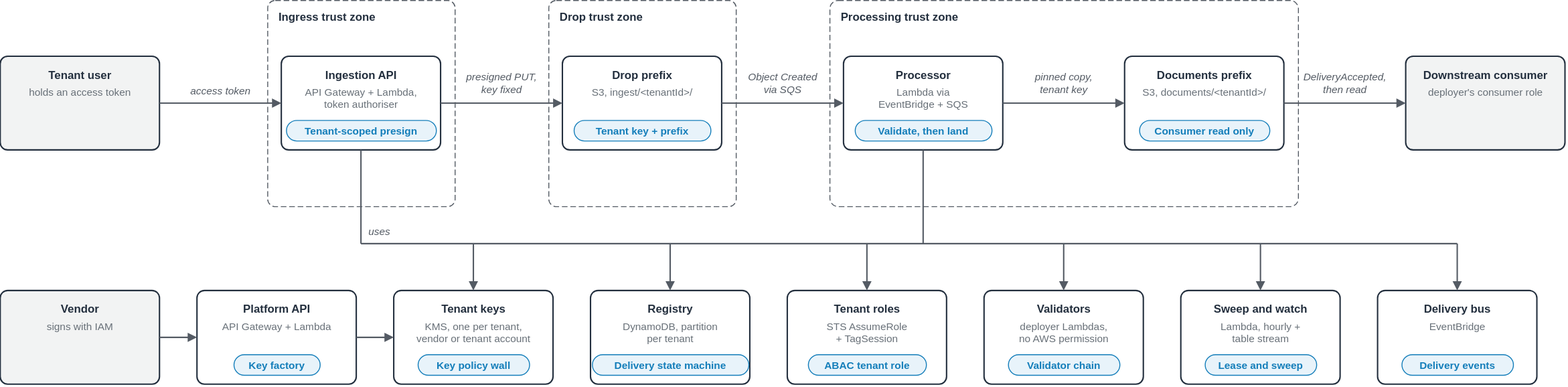
The draw.io diagram samples/tenant-encrypted-ingestion/diagrams/tenant-encrypted-ingestion.components.drawio.svg in aws-samples/sample-agentic-ai-acceleration-patterns, before a commit. Source tidied: cells renumbered, new cells last; positions are measured from the earlier drawing's top-left corner, leaving out a move shared by most shapes.
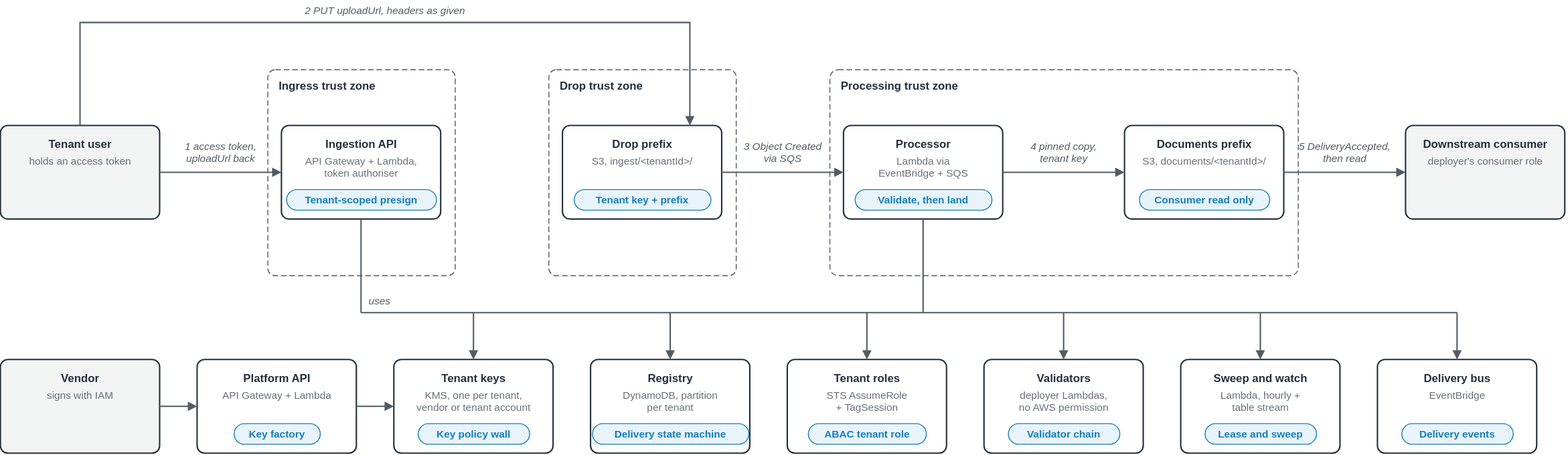
Above is the later version.

Commit message:
docs(tenant-encrypted-ingestion): components diagram shows the user PUT straight to S3, numbered hops

Diff of the diagram source:
```diff
@@ -80,32 +80,37 @@
     <mxCell id="27" style="edgeStyle=orthogonalEdgeStyle;rounded=0;html=0;strokeColor=#545B64;strokeWidth=1.5;endArrow=block;endFill=1;exitX=1;exitY=0.5;exitDx=0;exitDy=0;entryX=0;entryY=0.5;entryDx=0;entryDy=0;" parent="1" edge="1" source="5" target="8">
       <mxGeometry relative="1" as="geometry" />
     </mxCell>
-    <mxCell id="28" value="access token" style="text;html=0;align=center;verticalAlign=top;fontSize=11;fontStyle=2;fontColor=#545B64;spacing=0;spacingTop=0;" parent="1" vertex="1">
-      <mxGeometry x="196" y="86" width="78" height="16" as="geometry" />
+    <mxCell id="28" value="1 access token,&#10;uploadUrl back" style="text;html=0;align=center;verticalAlign=top;fontSize=11;fontStyle=2;fontColor=#545B64;spacing=0;spacingTop=0;" parent="1" vertex="1">
+      <mxGeometry x="186.5" y="71" width="97" height="31" as="geometry" />
     </mxCell>
-    <mxCell id="29" style="edgeStyle=orthogonalEdgeStyle;rounded=0;html=0;strokeColor=#545B64;strokeWidth=1.5;endArrow=block;endFill=1;exitX=1;exitY=0.5;exitDx=0;exitDy=0;entryX=0;entryY=0.5;entryDx=0;entryDy=0;" parent="1" edge="1" source="8" target="12">
-      <mxGeometry relative="1" as="geometry" />
+    <mxCell id="29" style="edgeStyle=orthogonalEdgeStyle;rounded=0;html=0;strokeColor=#545B64;strokeWidth=1.5;endArrow=block;endFill=1;exitX=0.5;exitY=0;exitDx=0;exitDy=0;entryX=0.8;entryY=0;entryDx=0;entryDy=0;" parent="1" edge="1" source="5" target="12">
+      <mxGeometry relative="1" as="geometry">
+        <Array as="points">
+          <mxPoint x="85" y="-50" />
+          <mxPoint x="736" y="-50" />
+        </Array>
+      </mxGeometry>
     </mxCell>
-    <mxCell id="30" value="presigned PUT,&#10;key fixed" style="text;html=0;align=center;verticalAlign=top;fontSize=11;fontStyle=2;fontColor=#545B64;spacing=0;spacingTop=0;" parent="1" vertex="1">
-      <mxGeometry x="489.5" y="71" width="91" height="31" as="geometry" />
+    <mxCell id="30" value="2 PUT uploadUrl, headers as given" style="text;html=0;align=center;verticalAlign=top;fontSize=11;fontStyle=2;fontColor=#545B64;spacing=0;spacingTop=0;" parent="1" vertex="1">
+      <mxGeometry x="306.5" y="-74" width="208" height="16" as="geometry" />
     </mxCell>
     <mxCell id="31" style="edgeStyle=orthogonalEdgeStyle;rounded=0;html=0;strokeColor=#545B64;strokeWidth=1.5;endArrow=block;endFill=1;exitX=1;exitY=0.5;exitDx=0;exitDy=0;entryX=0;entryY=0.5;entryDx=0;entryDy=0;" parent="1" edge="1" source="12" target="16">
       <mxGeometry relative="1" as="geometry" />
     </mxCell>
-    <mxCell id="32" value="Object Created&#10;via SQS" style="text;html=0;align=center;verticalAlign=top;fontSize=11;fontStyle=2;fontColor=#545B64;spacing=0;spacingTop=0;" parent="1" vertex="1">
-      <mxGeometry x="789.5" y="71" width="91" height="31" as="geometry" />
+    <mxCell id="32" value="3 Object Created&#10;via SQS" style="text;html=0;align=center;verticalAlign=top;fontSize=11;fontStyle=2;fontColor=#545B64;spacing=0;spacingTop=0;" parent="1" vertex="1">
+      <mxGeometry x="783.5" y="71" width="103" height="31" as="geometry" />
     </mxCell>
     <mxCell id="33" style="edgeStyle=orthogonalEdgeStyle;rounded=0;html=0;strokeColor=#545B64;strokeWidth=1.5;endArrow=block;endFill=1;exitX=1;exitY=0.5;exitDx=0;exitDy=0;entryX=0;entryY=0.5;entryDx=0;entryDy=0;" parent="1" edge="1" source="16" target="20">
       <mxGeometry relative="1" as="geometry" />
     </mxCell>
-    <mxCell id="34" value="pinned copy,&#10;tenant key" style="text;html=0;align=center;verticalAlign=top;fontSize=11;fontStyle=2;fontColor=#545B64;spacing=0;spacingTop=0;" parent="1" vertex="1">
-      <mxGeometry x="1096" y="71" width="78" height="31" as="geometry" />
+    <mxCell id="34" value="4 pinned copy,&#10;tenant key" style="text;html=0;align=center;verticalAlign=top;fontSize=11;fontStyle=2;fontColor=#545B64;spacing=0;spacingTop=0;" parent="1" vertex="1">
+      <mxGeometry x="1089.5" y="71" width="91" height="31" as="geometry" />
     </mxCell>
     <mxCell id="35" style="edgeStyle=orthogonalEdgeStyle;rounded=0;html=0;strokeColor=#545B64;strokeWidth=1.5;endArrow=block;endFill=1;exitX=1;exitY=0.5;exitDx=0;exitDy=0;entryX=0;entryY=0.5;entryDx=0;entryDy=0;" parent="1" edge="1" source="20" target="24">
       <mxGeometry relative="1" as="geometry" />
     </mxCell>
-    <mxCell id="36" value="DeliveryAccepted,&#10;then read" style="text;html=0;align=center;verticalAlign=top;fontSize=11;fontStyle=2;fontColor=#545B64;spacing=0;spacingTop=0;" parent="1" vertex="1">
-      <mxGeometry x="1380.5" y="71" width="109" height="31" as="geometry" />
+    <mxCell id="36" value="5 DeliveryAccepted,&#10;then read" style="text;html=0;align=center;verticalAlign=top;fontSize=11;fontStyle=2;fontColor=#545B64;spacing=0;spacingTop=0;" parent="1" vertex="1">
+      <mxGeometry x="1374" y="71" width="122" height="31" as="geometry" />
     </mxCell>
     <mxCell id="37" style="rounded=1;arcSize=8;html=0;fillColor=#F2F3F3;strokeColor=#232F3E;strokeWidth=1.5;" parent="1" vertex="1">
       <mxGeometry y="310" width="170" height="100" as="geometry" />
```
